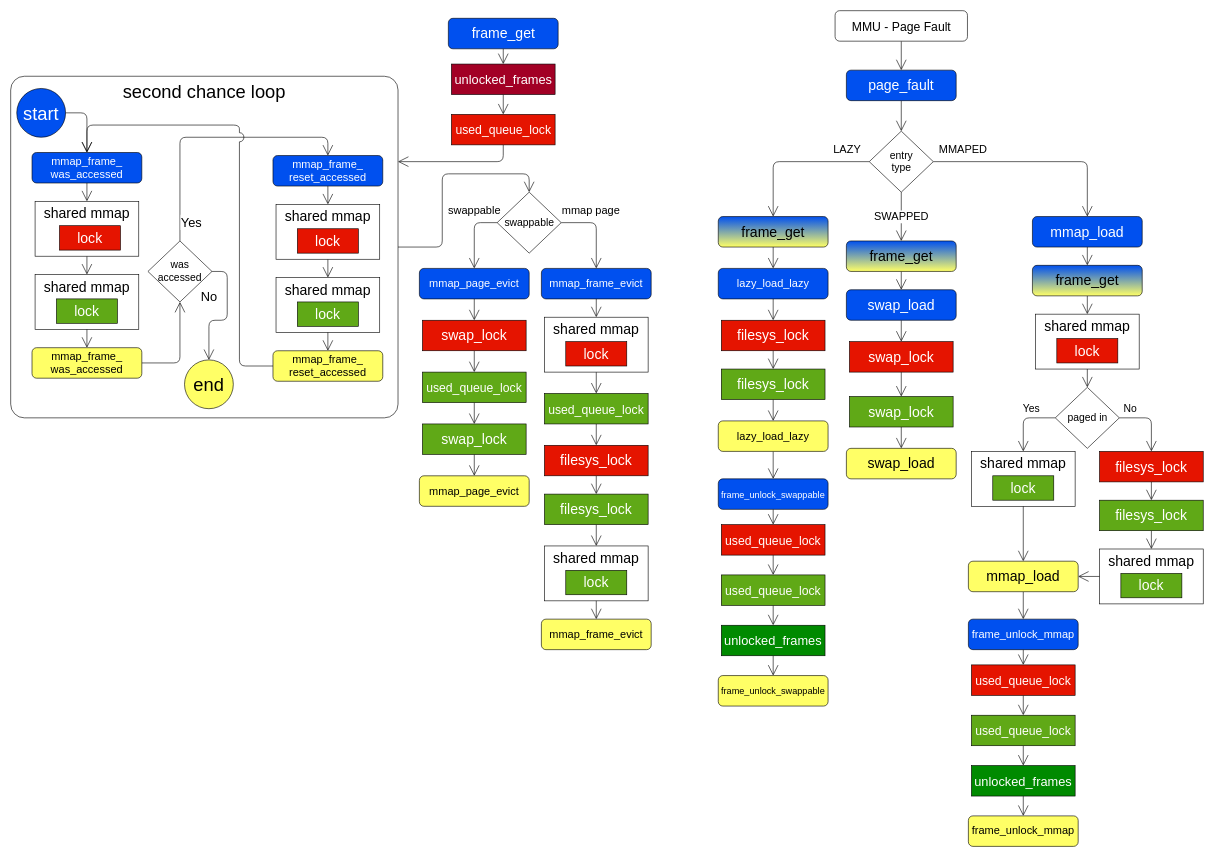
This is doc/Task 3 - Design Document/diagram/synch page fault.drawio from OliverKillane/Imperial-Pintos, a draw.io file, before an edit. Source tidied: cells renumbered, new cells numbered last; positions are measured from the earlier drawing's top-left corner, leaving out a move shared by most shapes. Both pictures are drawn from the tidied source at 61%, with x=0, y=0 at pixel (10, 10).
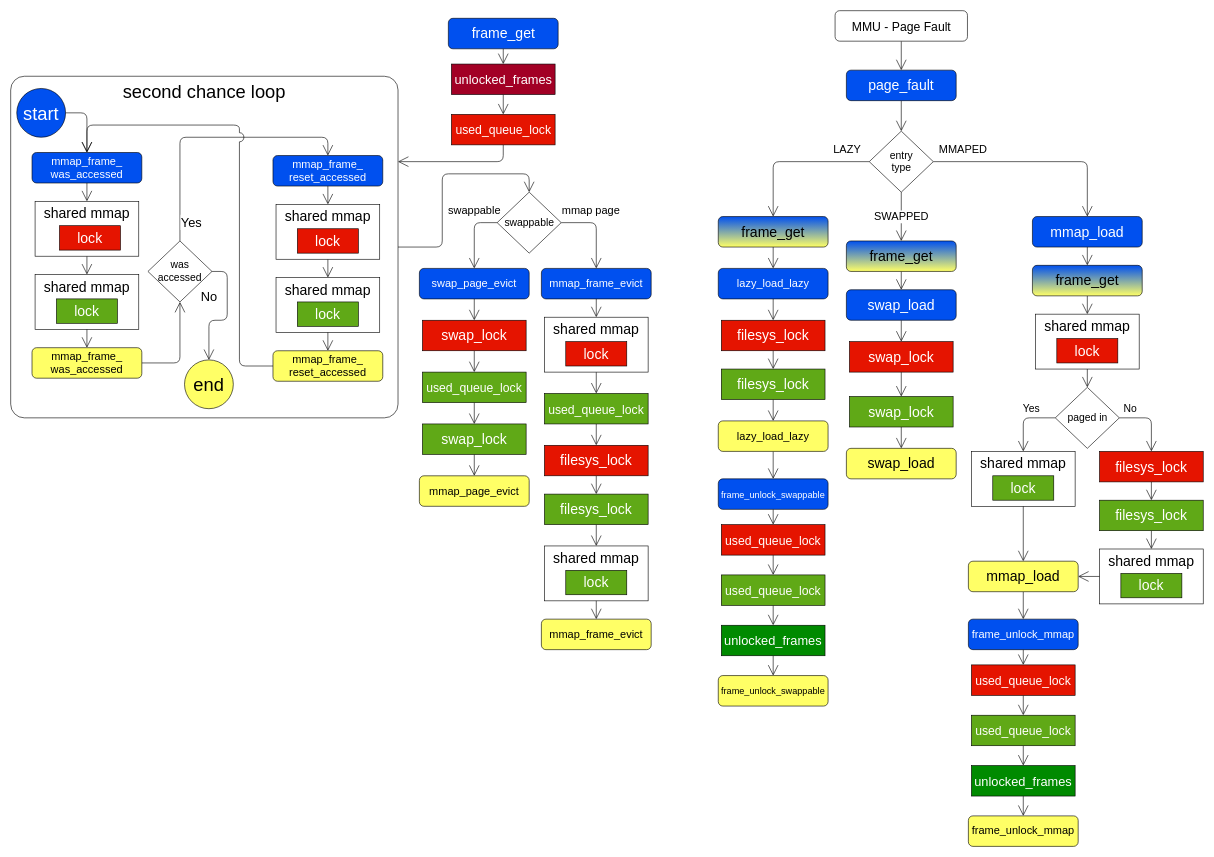
The same diagram, later.

Commit message (it also covers changes not shown here):
Updated diagrams: - removed typo from exec syscall and swap_page_evict - updated try_sema_down to sema_down in frame locking

The edit, as a diff of the source:
```diff
@@
-    <mxCell id="68" value="mmap_page_evict" style="rounded=1;whiteSpace=wrap;html=1;fontSize=18;fillColor=#0050ef;fontColor=#ffffff;" parent="1" vertex="1">
+    <mxCell id="68" value="swap_page_evict" style="rounded=1;whiteSpace=wrap;html=1;fontSize=18;fillColor=#0050ef;fontColor=#ffffff;" parent="1" vertex="1">
       <mxGeometry x="670" y="422.5" width="180" height="50" as="geometry" />
     </mxCell>
```
